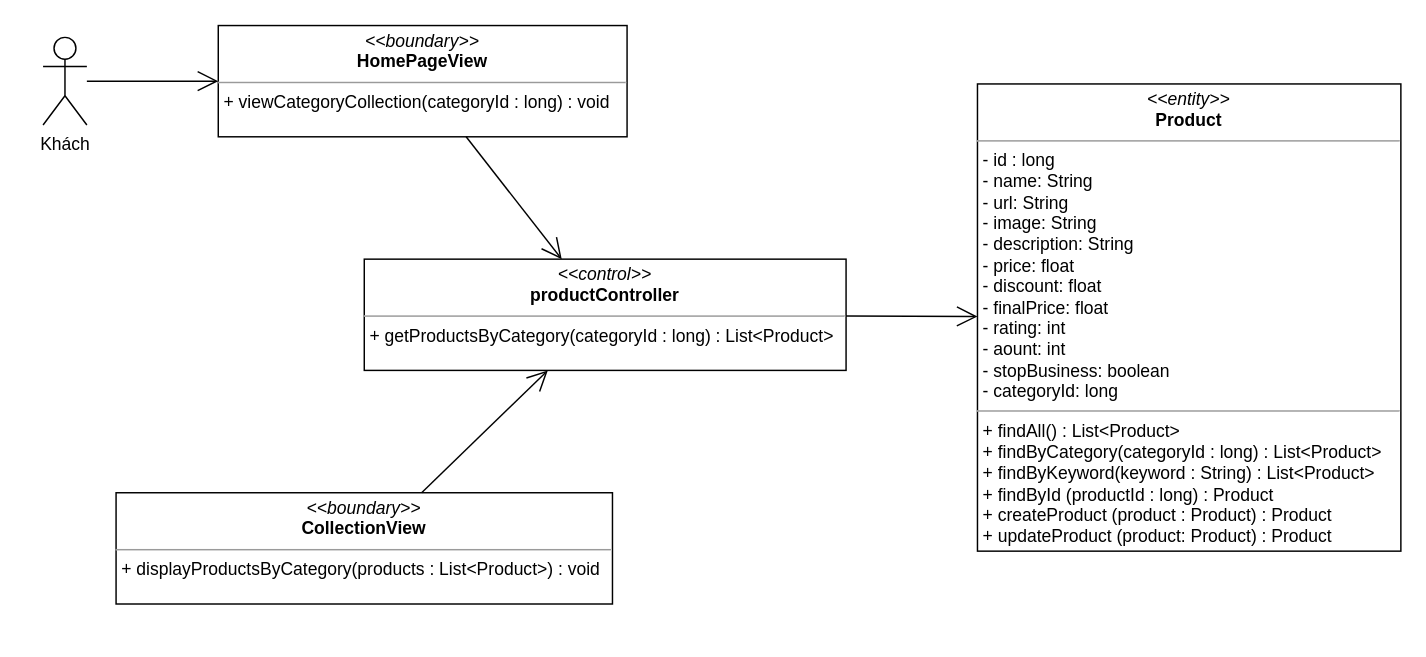
Before: class diagram/get-product-by-category-class-digram.drawio in nguyenphamvan/datn_20202, a draw.io diagram. Source tidied: cells renumbered, new cells numbered last; positions are measured from the earlier drawing's top-left corner, leaving out a move shared by most shapes. Both pictures are drawn from the tidied source at 146%, with x=0, y=0 at pixel (42, 25).
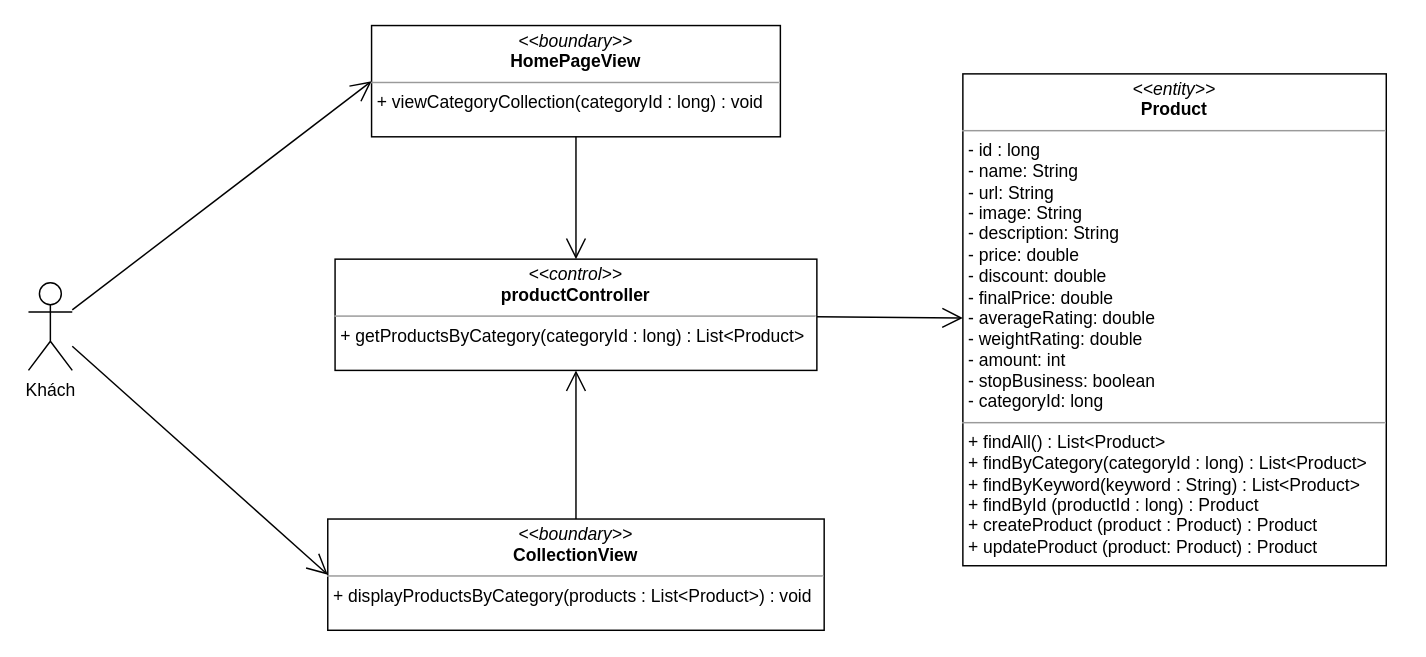
The same diagram, later.

Change to the diagram source:
```diff
@@
 <mxGraphModel>
   <root>
     <mxCell id="0" />
     <mxCell id="1" parent="0" />
     <mxCell id="2" value="&lt;p style=&quot;margin: 0px ; margin-top: 4px ; text-align: center&quot;&gt;&lt;i&gt;&amp;lt;&amp;lt;boundary&amp;gt;&amp;gt;&lt;/i&gt;&lt;br&gt;&lt;b&gt;CollectionView&lt;/b&gt;&lt;/p&gt;&lt;hr size=&quot;1&quot;&gt;&lt;p style=&quot;margin: 0px ; margin-left: 4px&quot;&gt;&lt;span&gt;+ displayProductsByCategory(products : List&amp;lt;Product&amp;gt;) : void&lt;/span&gt;&lt;br&gt;&lt;/p&gt;" style="verticalAlign=top;align=left;overflow=fill;fontSize=12;fontFamily=Helvetica;html=1;" parent="1" vertex="1">
-      <mxGeometry x="50" y="320" width="340" height="76.2" as="geometry" />
+      <mxGeometry x="195" y="338" width="340" height="76.2" as="geometry" />
     </mxCell>
-    <mxCell id="3" value="&lt;p style=&quot;margin: 0px ; margin-top: 4px ; text-align: center&quot;&gt;&lt;i&gt;&amp;lt;&amp;lt;entity&amp;gt;&amp;gt;&lt;/i&gt;&lt;br&gt;&lt;b&gt;Product&lt;/b&gt;&lt;/p&gt;&lt;hr size=&quot;1&quot;&gt;&lt;p style=&quot;margin: 0px ; margin-left: 4px&quot;&gt;- id : long&lt;/p&gt;&lt;p style=&quot;margin: 0px ; margin-left: 4px&quot;&gt;- name: String&lt;br&gt;- url: String&lt;/p&gt;&lt;p style=&quot;margin: 0px ; margin-left: 4px&quot;&gt;- image: String&lt;/p&gt;&lt;p style=&quot;margin: 0px ; margin-left: 4px&quot;&gt;- description: String&lt;/p&gt;&lt;p style=&quot;margin: 0px ; margin-left: 4px&quot;&gt;- price: float&lt;/p&gt;&lt;p style=&quot;margin: 0px ; margin-left: 4px&quot;&gt;- discount: float&lt;/p&gt;&lt;p style=&quot;margin: 0px ; margin-left: 4px&quot;&gt;- finalPrice: float&lt;/p&gt;&lt;p style=&quot;margin: 0px ; margin-left: 4px&quot;&gt;- rating: int&lt;/p&gt;&lt;p style=&quot;margin: 0px ; margin-left: 4px&quot;&gt;- aount: int&lt;/p&gt;&lt;p style=&quot;margin: 0px ; margin-left: 4px&quot;&gt;- stopBusiness: boolean&lt;/p&gt;&lt;p style=&quot;margin: 0px ; margin-left: 4px&quot;&gt;- categoryId: long&lt;/p&gt;&lt;hr size=&quot;1&quot;&gt;&lt;p style=&quot;margin: 0px 0px 0px 4px&quot;&gt;+ findAll() : List&amp;lt;Product&amp;gt;&lt;/p&gt;&lt;p style=&quot;margin: 0px 0px 0px 4px&quot;&gt;+ findByCategory(categoryId : long) : List&amp;lt;Product&amp;gt;&lt;/p&gt;&lt;p style=&quot;margin: 0px 0px 0px 4px&quot;&gt;+ findByKeyword(keyword : String) : List&amp;lt;Product&amp;gt;&lt;/p&gt;&lt;p style=&quot;margin: 0px 0px 0px 4px&quot;&gt;+ findById (productId : long) : Product&lt;/p&gt;&lt;p style=&quot;margin: 0px 0px 0px 4px&quot;&gt;+ createProduct (product : Product) : Product&lt;/p&gt;&lt;p style=&quot;margin: 0px 0px 0px 4px&quot;&gt;+ updateProduct (product: Product) : Product&lt;/p&gt;" style="verticalAlign=top;align=left;overflow=fill;fontSize=12;fontFamily=Helvetica;html=1;" parent="1" vertex="1">
-      <mxGeometry x="640" y="40" width="290" height="320" as="geometry" />
+    <mxCell id="3" value="&lt;p style=&quot;margin: 0px ; margin-top: 4px ; text-align: center&quot;&gt;&lt;i&gt;&amp;lt;&amp;lt;entity&amp;gt;&amp;gt;&lt;/i&gt;&lt;br&gt;&lt;b&gt;Product&lt;/b&gt;&lt;/p&gt;&lt;hr size=&quot;1&quot;&gt;&lt;p style=&quot;margin: 0px ; margin-left: 4px&quot;&gt;- id : long&lt;/p&gt;&lt;p style=&quot;margin: 0px ; margin-left: 4px&quot;&gt;- name: String&lt;br&gt;- url: String&lt;/p&gt;&lt;p style=&quot;margin: 0px ; margin-left: 4px&quot;&gt;- image: String&lt;/p&gt;&lt;p style=&quot;margin: 0px ; margin-left: 4px&quot;&gt;- description: String&lt;/p&gt;&lt;p style=&quot;margin: 0px ; margin-left: 4px&quot;&gt;- price: double&lt;/p&gt;&lt;p style=&quot;margin: 0px ; margin-left: 4px&quot;&gt;- discount: double&lt;/p&gt;&lt;p style=&quot;margin: 0px ; margin-left: 4px&quot;&gt;- finalPrice: double&lt;/p&gt;&lt;p style=&quot;margin: 0px ; margin-left: 4px&quot;&gt;- averageRating: double&lt;/p&gt;&lt;p style=&quot;margin: 0px ; margin-left: 4px&quot;&gt;- weightRating: double&lt;/p&gt;&lt;p style=&quot;margin: 0px ; margin-left: 4px&quot;&gt;- amount: int&lt;/p&gt;&lt;p style=&quot;margin: 0px ; margin-left: 4px&quot;&gt;- stopBusiness: boolean&lt;/p&gt;&lt;p style=&quot;margin: 0px ; margin-left: 4px&quot;&gt;- categoryId: long&lt;/p&gt;&lt;hr size=&quot;1&quot;&gt;&lt;p style=&quot;margin: 0px 0px 0px 4px&quot;&gt;+ findAll() : List&amp;lt;Product&amp;gt;&lt;/p&gt;&lt;p style=&quot;margin: 0px 0px 0px 4px&quot;&gt;+ findByCategory(categoryId : long) : List&amp;lt;Product&amp;gt;&lt;/p&gt;&lt;p style=&quot;margin: 0px 0px 0px 4px&quot;&gt;+ findByKeyword(keyword : String) : List&amp;lt;Product&amp;gt;&lt;/p&gt;&lt;p style=&quot;margin: 0px 0px 0px 4px&quot;&gt;+ findById (productId : long) : Product&lt;/p&gt;&lt;p style=&quot;margin: 0px 0px 0px 4px&quot;&gt;+ createProduct (product : Product) : Product&lt;/p&gt;&lt;p style=&quot;margin: 0px 0px 0px 4px&quot;&gt;+ updateProduct (product: Product) : Product&lt;/p&gt;" style="verticalAlign=top;align=left;overflow=fill;fontSize=12;fontFamily=Helvetica;html=1;" parent="1" vertex="1">
+      <mxGeometry x="630" y="33.1" width="290" height="336.9" as="geometry" />
     </mxCell>
     <mxCell id="4" style="endArrow=open;endFill=1;endSize=12;html=1;" parent="1" edge="1" source="5" target="3">
       <mxGeometry relative="1" as="geometry" />
     </mxCell>
     <mxCell id="5" value="&lt;p style=&quot;margin: 0px ; margin-top: 4px ; text-align: center&quot;&gt;&lt;i&gt;&amp;lt;&amp;lt;control&amp;gt;&amp;gt;&lt;/i&gt;&lt;br&gt;&lt;b&gt;productController&lt;/b&gt;&lt;/p&gt;&lt;hr size=&quot;1&quot;&gt;&lt;p style=&quot;margin: 0px ; margin-left: 4px&quot;&gt;&lt;span&gt;+ getProductsByCategory(categoryId : long) : List&amp;lt;Product&amp;gt;&lt;/span&gt;&lt;br&gt;&lt;/p&gt;" style="verticalAlign=top;align=left;overflow=fill;fontSize=12;fontFamily=Helvetica;html=1;" parent="1" vertex="1">
-      <mxGeometry x="220" y="160" width="330" height="76.2" as="geometry" />
+      <mxGeometry x="200" y="160" width="330" height="76.2" as="geometry" />
     </mxCell>
     <mxCell id="6" value="&lt;p style=&quot;margin: 0px ; margin-top: 4px ; text-align: center&quot;&gt;&lt;i&gt;&amp;lt;&amp;lt;boundary&amp;gt;&amp;gt;&lt;/i&gt;&lt;br&gt;&lt;b&gt;HomePageView&lt;/b&gt;&lt;/p&gt;&lt;hr size=&quot;1&quot;&gt;&lt;p style=&quot;margin: 0px ; margin-left: 4px&quot;&gt;&lt;span&gt;+ viewCategoryCollection(categoryId : long) : void&lt;/span&gt;&lt;/p&gt;" style="verticalAlign=top;align=left;overflow=fill;fontSize=12;fontFamily=Helvetica;html=1;" parent="1" vertex="1">
-      <mxGeometry x="120" width="280" height="76.2" as="geometry" />
+      <mxGeometry x="225" width="280" height="76.2" as="geometry" />
     </mxCell>
     <mxCell id="7" style="endArrow=open;endFill=1;endSize=12;html=1;" parent="1" edge="1" source="6" target="5">
       <mxGeometry relative="1" as="geometry" />
     </mxCell>
     <mxCell id="8" style="endArrow=open;endFill=1;endSize=12;html=1;" parent="1" edge="1" source="2" target="5">
       <mxGeometry relative="1" as="geometry" />
     </mxCell>
     <mxCell id="9" value="Khách&lt;br&gt;" style="shape=umlActor;verticalLabelPosition=bottom;verticalAlign=top;html=1;" parent="1" vertex="1">
-      <mxGeometry y="8.1" width="30" height="60" as="geometry" />
+      <mxGeometry x="-10" y="176.2" width="30" height="60" as="geometry" />
     </mxCell>
     <mxCell id="10" style="endArrow=open;endFill=1;endSize=12;html=1;entryX=0;entryY=0.5;entryDx=0;entryDy=0;" parent="1" edge="1" source="9" target="6">
       <mxGeometry relative="1" as="geometry" />
     </mxCell>
+    <mxCell id="11" style="endArrow=open;endFill=1;endSize=12;html=1;entryX=0;entryY=0.5;entryDx=0;entryDy=0;" parent="1" edge="1" source="9" target="2">
+      <mxGeometry relative="1" as="geometry" />
+    </mxCell>
   </root>
 </mxGraphModel>
```
